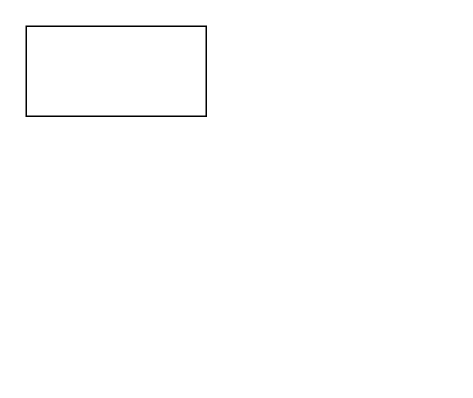
Above: Salesforce/General Salesforce Campaign Prep.dio in prdesalvo/jupyter_notebooks (draw.io), before the change. Source tidied: cells renumbered, new cells numbered last; positions are measured from the earlier drawing's top-left corner, leaving out a move shared by most shapes. Both pictures are drawn from the tidied source at 150%, with x=0, y=0 at pixel (26, 26).
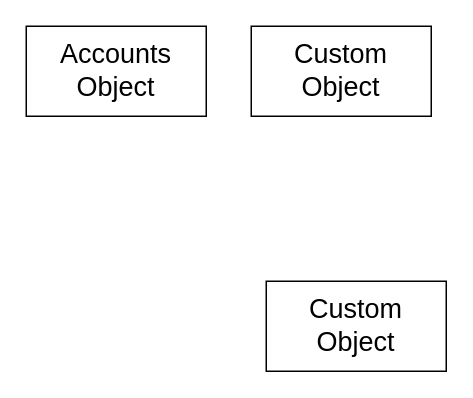
The same diagram, later.

Diff of the diagram source:
```diff
@@
 <mxGraphModel background="#ffffff">
   <root>
     <mxCell id="0" />
     <mxCell id="1" parent="0" />
-    <mxCell id="2" style="rounded=0;whiteSpace=wrap;html=1;" parent="1" vertex="1">
+    <mxCell id="2" value="&lt;font style=&quot;font-size: 18px&quot;&gt;Accounts Object&lt;/font&gt;" style="rounded=0;whiteSpace=wrap;html=1;" parent="1" vertex="1">
       <mxGeometry width="120" height="60" as="geometry" />
     </mxCell>
+    <mxCell id="3" value="&lt;font style=&quot;font-size: 18px&quot;&gt;Custom Object&lt;/font&gt;" style="rounded=0;whiteSpace=wrap;html=1;" parent="1" vertex="1">
+      <mxGeometry x="150" width="120" height="60" as="geometry" />
+    </mxCell>
+    <mxCell id="4" value="&lt;font style=&quot;font-size: 18px&quot;&gt;Custom Object&lt;/font&gt;" style="rounded=0;whiteSpace=wrap;html=1;" parent="1" vertex="1">
+      <mxGeometry x="160" y="170" width="120" height="60" as="geometry" />
+    </mxCell>
   </root>
 </mxGraphModel>
```
